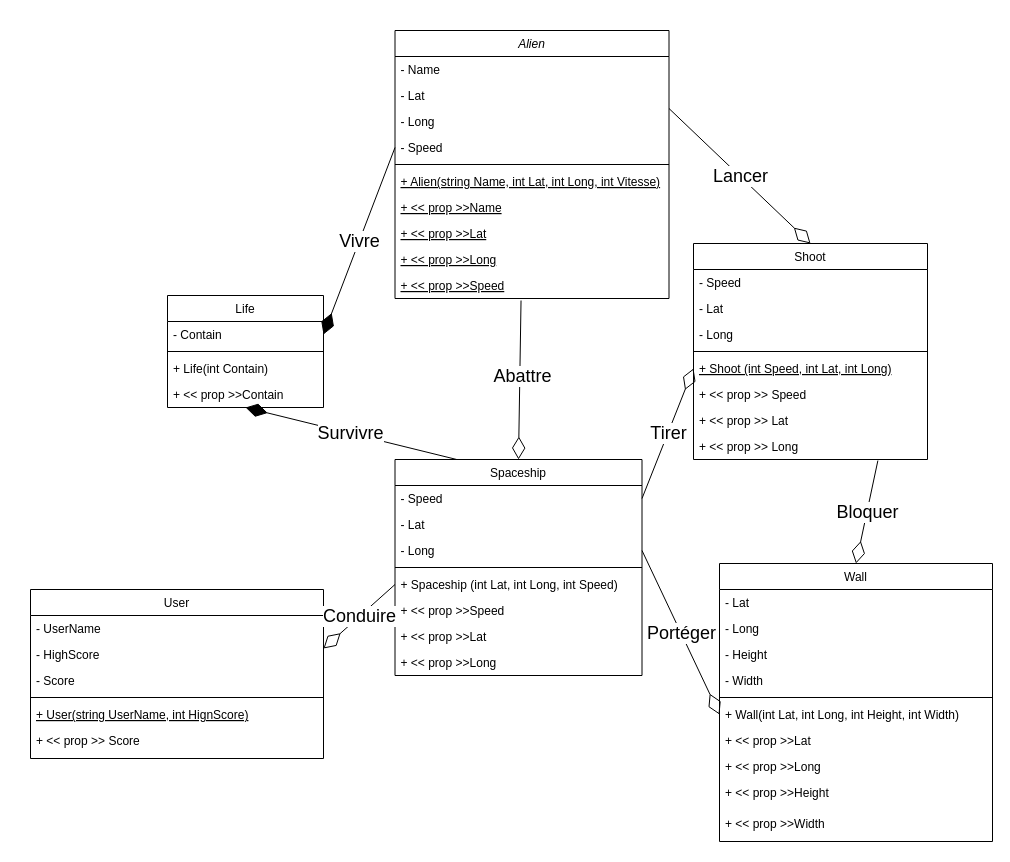
Earlier version of the draw.io diagram Diagram_class.drawio (Dilan1008/SpaceInvader). Source tidied: cells renumbered, new cells numbered last; positions are measured from the earlier drawing's top-left corner, leaving out a move shared by most shapes. Both pictures are drawn from the tidied source at 100%, with x=0, y=0 at pixel (30, 30).
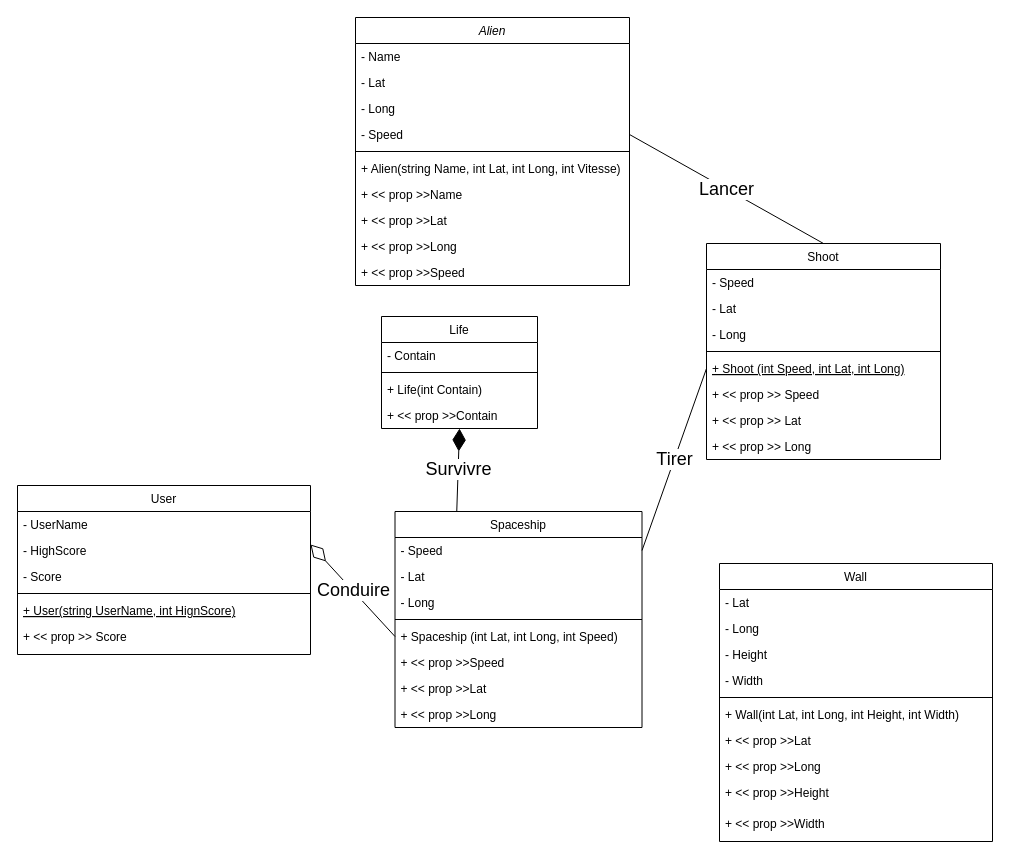
The same diagram, later.

Unchanged cells that the change refers to:
```xml
<mxCell id="6" value="- Speed" style="text;align=left;verticalAlign=top;spacingLeft=4;spacingRight=4;overflow=hidden;points=[[0,0.5],[1,0.5]];portConstraint=eastwest;rounded=0;shadow=0;html=0;" parent="2" vertex="1">
  <mxGeometry y="104" width="274" height="26" as="geometry" />
</mxCell>
<mxCell id="21" value="- Speed" style="text;align=left;verticalAlign=top;spacingLeft=4;spacingRight=4;overflow=hidden;points=[[0,0.5],[1,0.5]];portConstraint=eastwest;" parent="20" vertex="1">
  <mxGeometry y="26" width="247" height="26" as="geometry" />
</mxCell>
<mxCell id="23" value="- Long" style="text;align=left;verticalAlign=top;spacingLeft=4;spacingRight=4;overflow=hidden;points=[[0,0.5],[1,0.5]];portConstraint=eastwest;rounded=0;shadow=0;html=0;" parent="20" vertex="1">
  <mxGeometry y="78" width="247" height="26" as="geometry" />
</mxCell>
<mxCell id="30" value="- Contain" style="text;align=left;verticalAlign=top;spacingLeft=4;spacingRight=4;overflow=hidden;points=[[0,0.5],[1,0.5]];portConstraint=eastwest;" parent="29" vertex="1">
  <mxGeometry y="26" width="156" height="26" as="geometry" />
</mxCell>
<mxCell id="34" value="Wall" style="swimlane;fontStyle=0;align=center;verticalAlign=top;horizontal=1;startSize=26;rounded=0;shadow=0;strokeWidth=1;" parent="1" vertex="1">
  <mxGeometry x="689" y="533" width="273" height="278" as="geometry" />
</mxCell>
<mxCell id="40" value="+ Wall(int Lat, int Long, int Height, int Width)" style="text;align=left;verticalAlign=top;spacingLeft=4;spacingRight=4;overflow=hidden;points=[[0,0.5],[1,0.5]];portConstraint=eastwest;" parent="34" vertex="1">
  <mxGeometry y="138" width="273" height="26" as="geometry" />
</mxCell>
<mxCell id="59" value="+ Shoot (int Speed, int Lat, int Long)" style="text;align=left;verticalAlign=top;spacingLeft=4;spacingRight=4;overflow=hidden;points=[[0,0.5],[1,0.5]];portConstraint=eastwest;fontStyle=4;" parent="54" vertex="1">
  <mxGeometry y="112" width="234" height="26" as="geometry" />
</mxCell>
<mxCell id="62" value="+ &lt;&lt; prop &gt;&gt; Long" style="text;align=left;verticalAlign=top;spacingLeft=4;spacingRight=4;overflow=hidden;points=[[0,0.5],[1,0.5]];portConstraint=eastwest;" parent="54" vertex="1">
  <mxGeometry y="190" width="234" height="26" as="geometry" />
</mxCell>
```

The edit, as a diff of the source:
```diff
@@
     <mxCell id="2" value="Alien" style="swimlane;fontStyle=2;align=center;verticalAlign=top;horizontal=1;startSize=26;rounded=0;shadow=0;strokeWidth=1;" parent="1" vertex="1">
-      <mxGeometry x="364.5" width="274" height="268" as="geometry" />
+      <mxGeometry x="325" y="-13" width="274" height="268" as="geometry" />
     </mxCell>
@@
-    <mxCell id="8" value="+ Alien(string Name, int Lat, int Long, int Vitesse)" style="text;align=left;verticalAlign=top;spacingLeft=4;spacingRight=4;overflow=hidden;fontStyle=4;" parent="2" vertex="1">
+    <mxCell id="8" value="+ Alien(string Name, int Lat, int Long, int Vitesse)" style="text;align=left;verticalAlign=top;spacingLeft=4;spacingRight=4;overflow=hidden;fontStyle=0;strokeColor=none;" parent="2" vertex="1">
       <mxGeometry y="138" width="274" height="26" as="geometry" />
     </mxCell>
-    <mxCell id="9" value="+ &lt;&lt; prop &gt;&gt;Name" style="text;align=left;verticalAlign=top;spacingLeft=4;spacingRight=4;overflow=hidden;fontStyle=4;" parent="2" vertex="1">
+    <mxCell id="9" value="+ &lt;&lt; prop &gt;&gt;Name" style="text;align=left;verticalAlign=top;spacingLeft=4;spacingRight=4;overflow=hidden;fontStyle=0;" parent="2" vertex="1">
       <mxGeometry y="164" width="274" height="26" as="geometry" />
     </mxCell>
-    <mxCell id="10" value="+ &lt;&lt; prop &gt;&gt;Lat" style="text;align=left;verticalAlign=top;spacingLeft=4;spacingRight=4;overflow=hidden;fontStyle=4;" parent="2" vertex="1">
+    <mxCell id="10" value="+ &lt;&lt; prop &gt;&gt;Lat" style="text;align=left;verticalAlign=top;spacingLeft=4;spacingRight=4;overflow=hidden;fontStyle=0;" parent="2" vertex="1">
       <mxGeometry y="190" width="274" height="26" as="geometry" />
     </mxCell>
-    <mxCell id="11" value="+ &lt;&lt; prop &gt;&gt;Long" style="text;align=left;verticalAlign=top;spacingLeft=4;spacingRight=4;overflow=hidden;fontStyle=4;" parent="2" vertex="1">
+    <mxCell id="11" value="+ &lt;&lt; prop &gt;&gt;Long" style="text;align=left;verticalAlign=top;spacingLeft=4;spacingRight=4;overflow=hidden;fontStyle=0;" parent="2" vertex="1">
       <mxGeometry y="216" width="274" height="26" as="geometry" />
     </mxCell>
-    <mxCell id="12" value="+ &lt;&lt; prop &gt;&gt;Speed" style="text;align=left;verticalAlign=top;spacingLeft=4;spacingRight=4;overflow=hidden;points=[[0,0.5],[1,0.5]];portConstraint=eastwest;fontStyle=4;" parent="2" vertex="1">
+    <mxCell id="12" value="+ &lt;&lt; prop &gt;&gt;Speed" style="text;align=left;verticalAlign=top;spacingLeft=4;spacingRight=4;overflow=hidden;points=[[0,0.5],[1,0.5]];portConstraint=eastwest;fontStyle=0;" parent="2" vertex="1">
       <mxGeometry y="242" width="274" height="26" as="geometry" />
     </mxCell>
     <mxCell id="13" value="User" style="swimlane;fontStyle=0;align=center;verticalAlign=top;horizontal=1;startSize=26;rounded=0;shadow=0;strokeWidth=1;" parent="1" vertex="1">
-      <mxGeometry y="559" width="293" height="169" as="geometry" />
+      <mxGeometry x="-13" y="455" width="293" height="169" as="geometry" />
     </mxCell>
@@
     <mxCell id="20" value="Spaceship" style="swimlane;fontStyle=0;align=center;verticalAlign=top;horizontal=1;startSize=26;rounded=0;shadow=0;strokeWidth=1;" parent="1" vertex="1">
-      <mxGeometry x="364.5" y="429" width="247" height="216" as="geometry" />
+      <mxGeometry x="364.5" y="481" width="247" height="216" as="geometry" />
     </mxCell>
@@
     <mxCell id="29" value="Life" style="swimlane;fontStyle=0;align=center;verticalAlign=top;horizontal=1;startSize=26;rounded=0;shadow=0;strokeWidth=1;" parent="1" vertex="1">
-      <mxGeometry x="137" y="265" width="156" height="112" as="geometry" />
+      <mxGeometry x="351" y="286" width="156" height="112" as="geometry" />
     </mxCell>
@@
-    <mxCell id="46" style="endArrow=none;html=1;rounded=0;fontSize=18;exitX=0.5;exitY=0;exitDx=0;exitDy=0;endFill=0;startArrow=diamondThin;startFill=0;endSize=6;startSize=20;fontStyle=1;entryX=0.788;entryY=1.041;entryDx=0;entryDy=0;entryPerimeter=0;" parent="1" edge="1" source="34" target="62">
-      <mxGeometry relative="1" as="geometry" />
-    </mxCell>
-    <mxCell id="47" value="Bloquer" style="edgeLabel;html=1;align=center;verticalAlign=middle;fontSize=18;" parent="46" vertex="1">
-      <mxGeometry relative="1" as="geometry" />
-    </mxCell>
-    <mxCell id="48" value="Abattre" style="endArrow=none;html=1;rounded=0;fontSize=18;exitX=0.5;exitY=0;exitDx=0;exitDy=0;entryX=0.46;entryY=1.077;entryDx=0;entryDy=0;endFill=0;startArrow=diamondThin;startFill=0;endSize=6;startSize=20;entryPerimeter=0;" parent="1" edge="1" source="20" target="12">
-      <mxGeometry x="0.04" y="-3" relative="1" as="geometry" />
-    </mxCell>
-    <mxCell id="49" value="&lt;br&gt;" style="edgeLabel;html=1;align=center;verticalAlign=middle;fontSize=18;" parent="48" vertex="1">
-      <mxGeometry relative="1" as="geometry" />
-    </mxCell>
-    <mxCell id="50" value="Vivre" style="endArrow=none;html=1;rounded=0;fontSize=18;exitX=1;exitY=0.5;exitDx=0;exitDy=0;entryX=0;entryY=0.5;entryDx=0;entryDy=0;endFill=0;startArrow=diamondThin;startFill=1;endSize=6;startSize=20;" parent="1" edge="1" source="30" target="6">
-      <mxGeometry relative="1" as="geometry" />
-    </mxCell>
@@
-    <mxCell id="52" style="endArrow=diamondThin;html=1;rounded=0;fontSize=18;exitX=1;exitY=0.5;exitDx=0;exitDy=0;entryX=0;entryY=0.5;entryDx=0;entryDy=0;endFill=0;startArrow=none;startFill=0;endSize=20;startSize=20;" parent="1" edge="1" source="23" target="40">
-      <mxGeometry relative="1" as="geometry" />
-    </mxCell>
-    <mxCell id="53" value="Portéger" style="edgeLabel;html=1;align=center;verticalAlign=middle;fontSize=18;" parent="52" vertex="1">
-      <mxGeometry relative="1" as="geometry" />
-    </mxCell>
     <mxCell id="54" value="Shoot" style="swimlane;fontStyle=0;align=center;verticalAlign=top;horizontal=1;startSize=26;rounded=0;shadow=0;strokeWidth=1;" parent="1" vertex="1">
-      <mxGeometry x="663" y="213" width="234" height="216" as="geometry" />
+      <mxGeometry x="676" y="213" width="234" height="216" as="geometry" />
     </mxCell>
@@
-    <mxCell id="63" style="endArrow=diamondThin;html=1;rounded=0;fontSize=18;exitX=1;exitY=0.5;exitDx=0;exitDy=0;entryX=0;entryY=0.5;entryDx=0;entryDy=0;endFill=0;startArrow=none;startFill=0;endSize=20;startSize=20;" parent="1" edge="1" source="21" target="59">
+    <mxCell id="63" style="endArrow=none;html=1;rounded=0;fontSize=18;exitX=1;exitY=0.5;exitDx=0;exitDy=0;entryX=0;entryY=0.5;entryDx=0;entryDy=0;endFill=0;startArrow=none;startFill=0;endSize=20;startSize=20;" parent="1" edge="1" source="21" target="59">
       <mxGeometry relative="1" as="geometry" />
     </mxCell>
@@
-    <mxCell id="65" style="endArrow=diamondThin;html=1;rounded=0;fontSize=18;exitX=1;exitY=0.5;exitDx=0;exitDy=0;entryX=0.5;entryY=0;entryDx=0;entryDy=0;endFill=0;startArrow=none;startFill=0;endSize=20;startSize=20;" parent="1" edge="1" target="54">
-      <mxGeometry relative="1" as="geometry">
-        <mxPoint x="638.5" y="78" as="sourcePoint" />
-      </mxGeometry>
+    <mxCell id="65" style="endArrow=none;html=1;rounded=0;fontSize=18;exitX=1;exitY=0.5;exitDx=0;exitDy=0;entryX=0.5;entryY=0;entryDx=0;entryDy=0;endFill=0;startArrow=none;startFill=0;endSize=20;startSize=20;" parent="1" edge="1" source="6" target="54">
+      <mxGeometry relative="1" as="geometry" />
     </mxCell>
```
